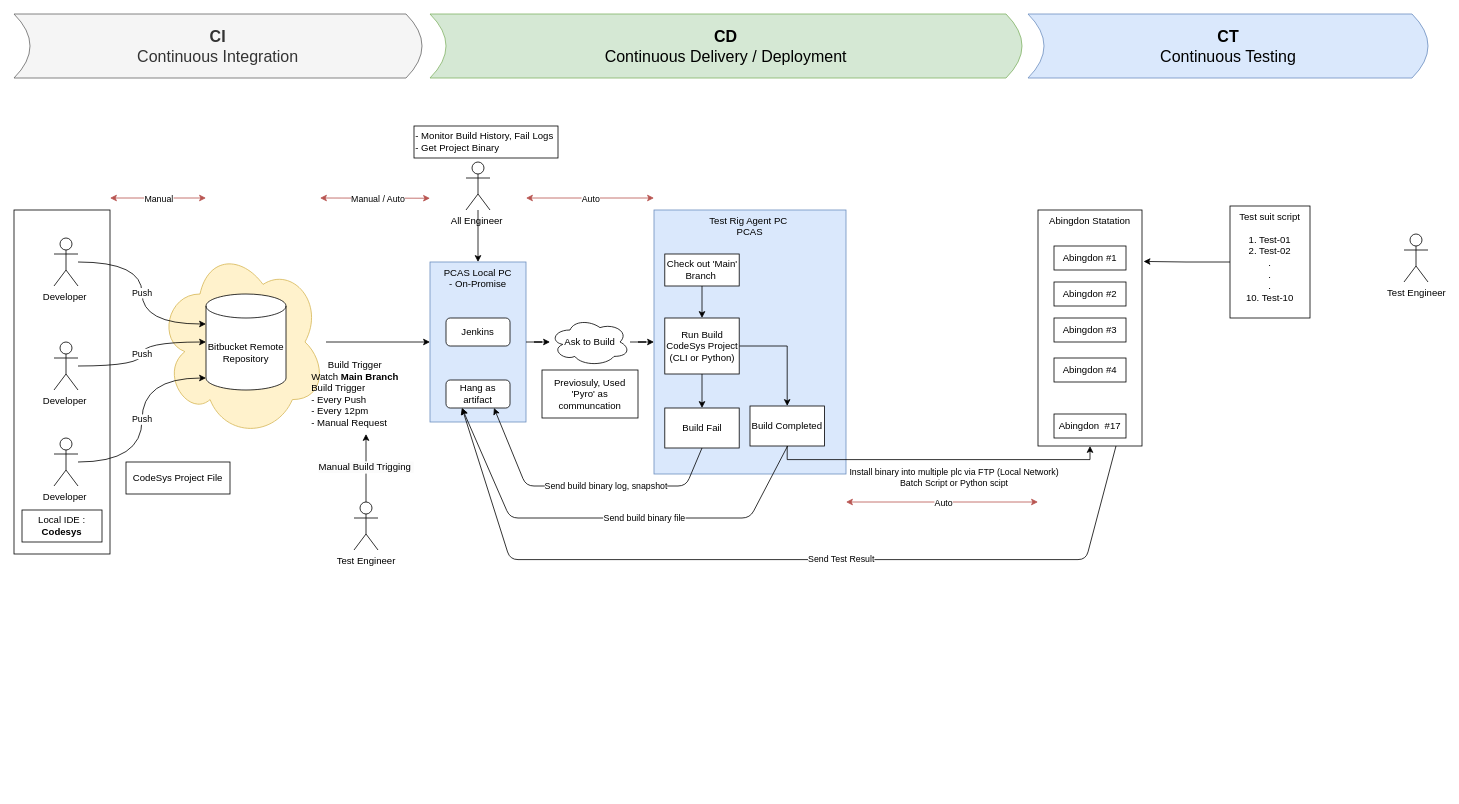
This is page "페이지-3" (2 of 2) of Devops Pipeline.drawio from EdwardsKorea/CommonDrawIO, a draw.io file, before an edit. Source tidied: cells renumbered, new cells numbered last; positions are measured from the earlier drawing's top-left corner, leaving out a move shared by most shapes. Both pictures are drawn from the tidied source at 80%, with x=0, y=0 at pixel (14, 14).
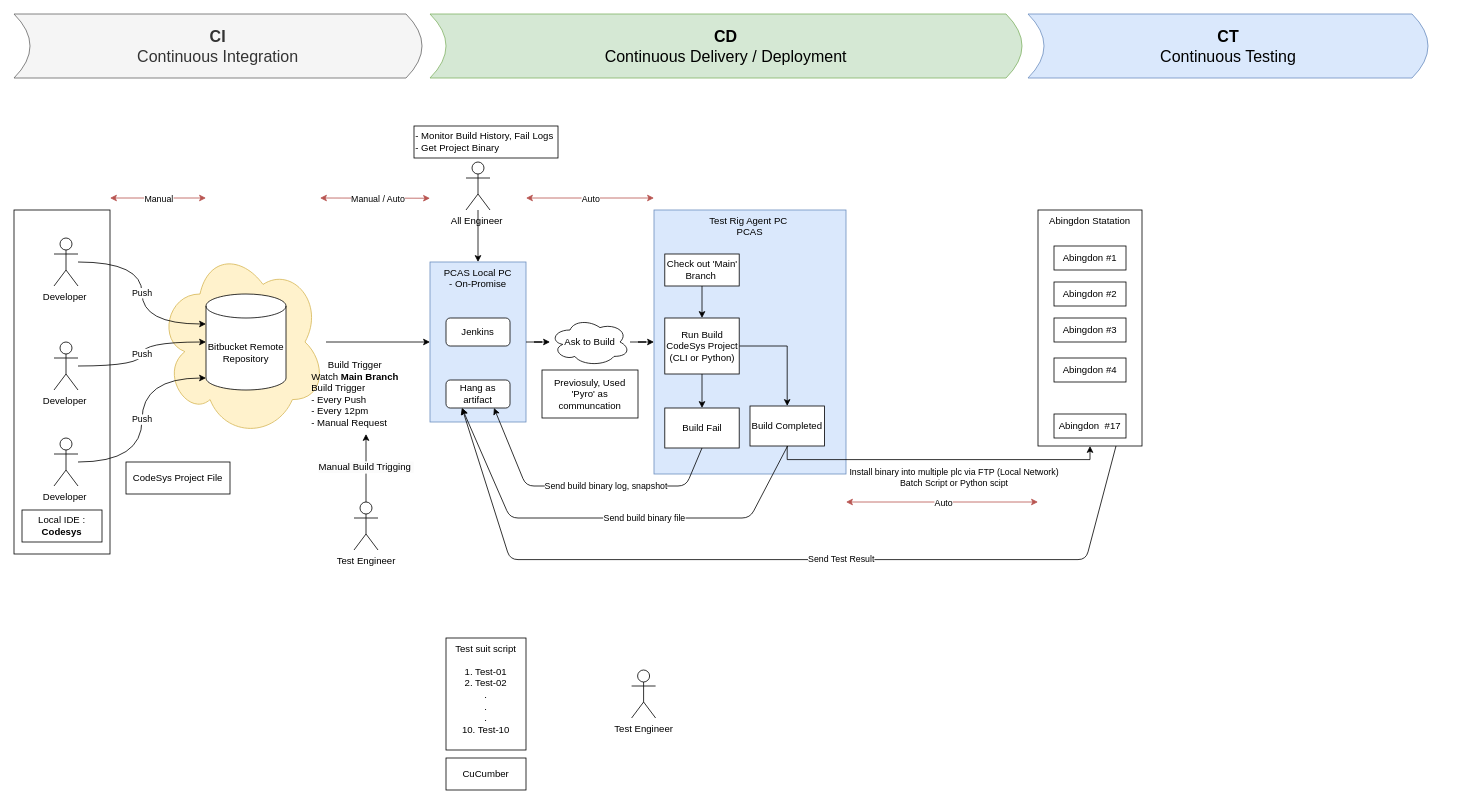
After the change.

The change refers to these unchanged cells:
```xml
<mxCell id="2" value="Abingdon Statation" style="rounded=0;whiteSpace=wrap;html=1;verticalAlign=top;" parent="1" vertex="1">
  <mxGeometry x="1280" y="245" width="130" height="295" as="geometry" />
</mxCell>
```

Change to the diagram source:
```diff
@@
     <mxCell id="40" value="Test Engineer" style="shape=umlActor;verticalLabelPosition=bottom;verticalAlign=top;html=1;" parent="1" vertex="1">
-      <mxGeometry x="1737.5" y="275" width="30" height="60" as="geometry" />
+      <mxGeometry x="772" y="820" width="30" height="60" as="geometry" />
     </mxCell>
@@
     <mxCell id="56" value="Test suit script&lt;div&gt;&lt;br&gt;&lt;/div&gt;&lt;div&gt;1. Test-01&lt;/div&gt;&lt;div&gt;2. Test-02&lt;/div&gt;&lt;div&gt;.&lt;/div&gt;&lt;div&gt;.&lt;/div&gt;&lt;div&gt;.&lt;/div&gt;&lt;div&gt;10. Test-10&lt;/div&gt;" style="rounded=0;whiteSpace=wrap;html=1;verticalAlign=top;" parent="1" vertex="1">
-      <mxGeometry x="1520" y="240" width="100" height="140" as="geometry" />
+      <mxGeometry x="540" y="780" width="100" height="140" as="geometry" />
     </mxCell>
-    <mxCell id="57" style="edgeStyle=orthogonalEdgeStyle;rounded=0;jettySize=auto;html=1;entryX=1.015;entryY=0.218;entryDx=0;entryDy=0;entryPerimeter=0;" parent="1" edge="1" source="56" target="2">
-      <mxGeometry relative="1" as="geometry" />
-    </mxCell>
@@
+    <mxCell id="59" value="CuCumber" style="rounded=0;whiteSpace=wrap;html=1;" parent="1" vertex="1">
+      <mxGeometry x="540" y="930" width="100" height="40" as="geometry" />
+    </mxCell>
```
